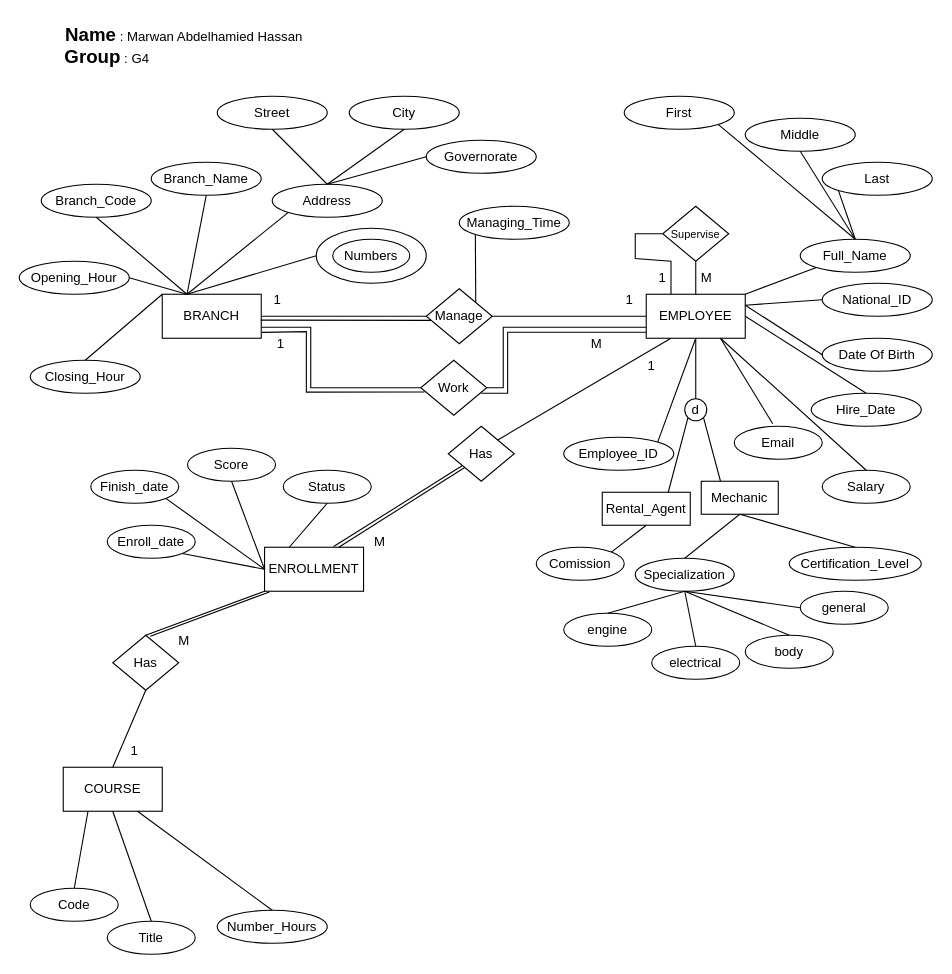
Before: page "Branches-Staff-Training" (1 of 16) of DriveNow.drawio in Maro282/Maro282-Database-Assignment-1, a draw.io diagram. Source tidied: cells renumbered, new cells numbered last; positions are measured from the earlier drawing's top-left corner, leaving out a move shared by most shapes. Both pictures are drawn from the tidied source at 110%, with x=0, y=0 at pixel (19, 19).
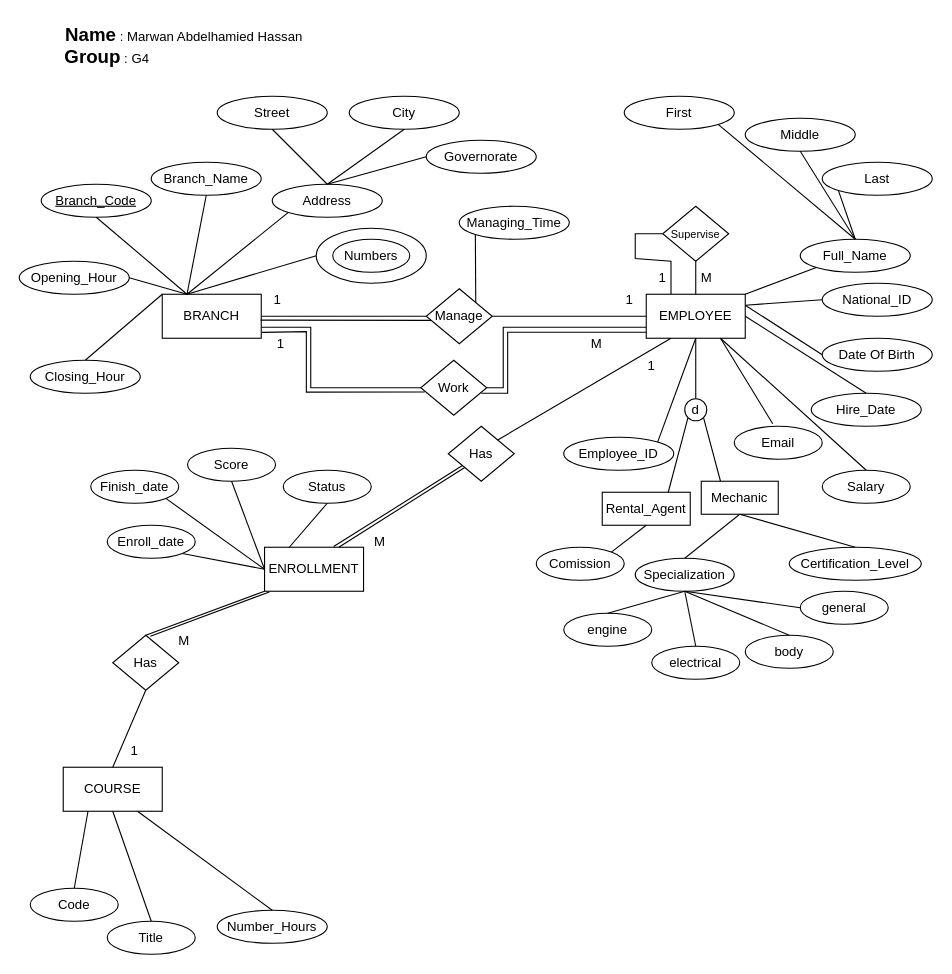
The same diagram, later.

Diff of the diagram source:
```diff
@@
-    <mxCell id="3" value="Branch_Code" style="ellipse;whiteSpace=wrap;html=1;shapeInside=1;" parent="1" vertex="1">
+    <mxCell id="3" value="Branch_Code" style="ellipse;whiteSpace=wrap;html=1;shapeInside=1;fontStyle=4;" parent="1" vertex="1">
       <mxGeometry x="20" y="150" width="100" height="30" as="geometry" />
     </mxCell>
```
